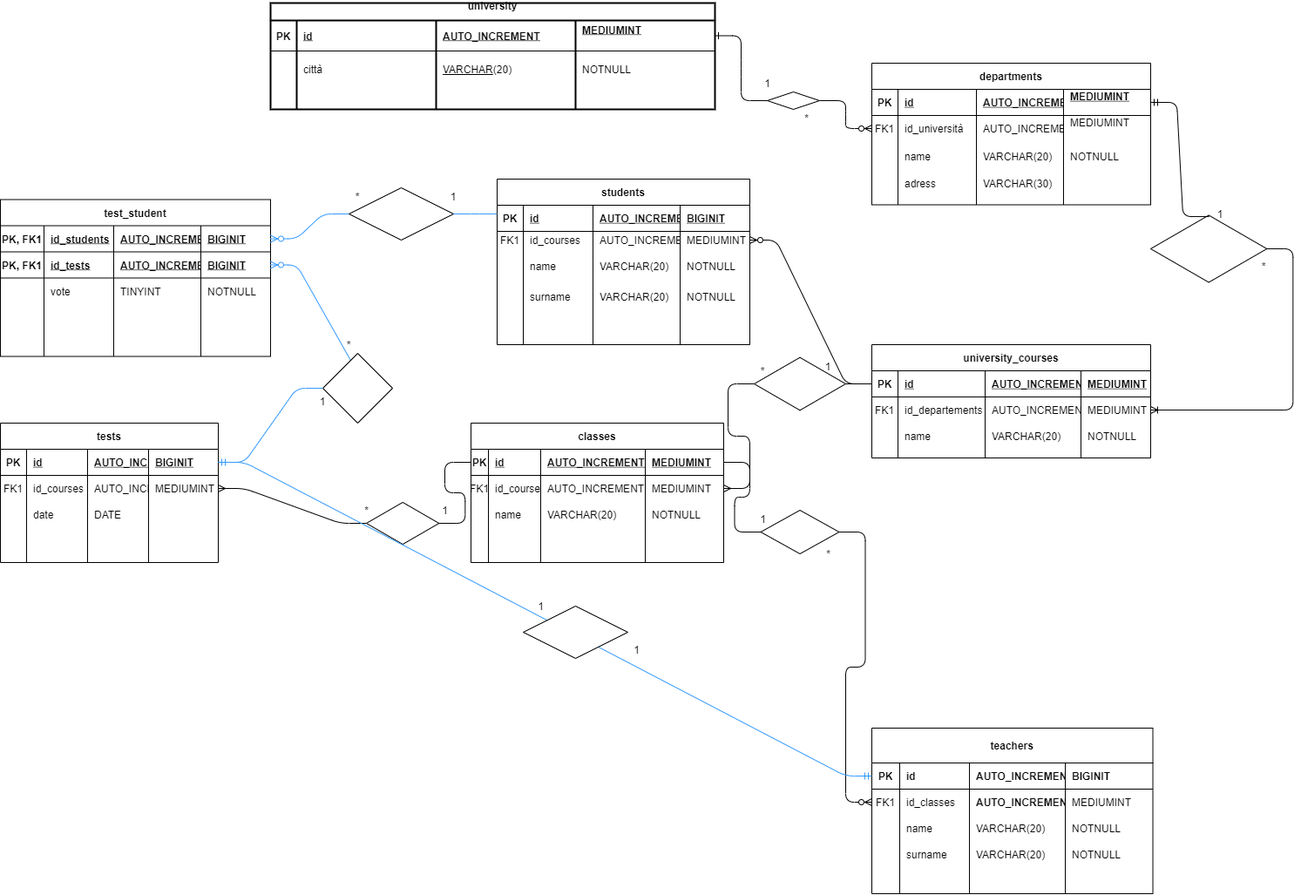
The draw.io diagram University.png in rekk88/db-university, before a commit. Source tidied: cells renumbered, new cells last; positions are measured from the earlier drawing's top-left corner, leaving out a move shared by most shapes.
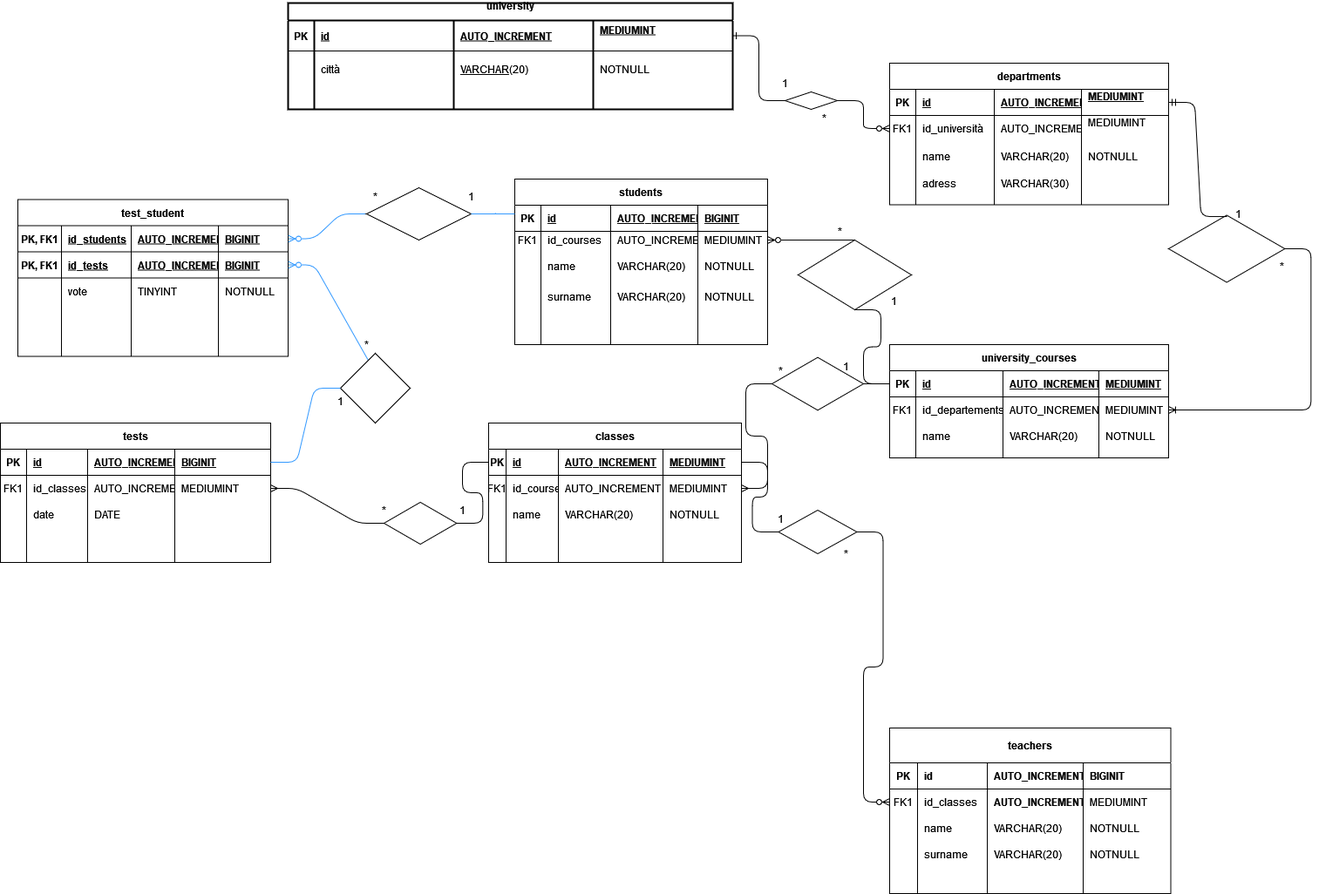
Above is the later version.

Change to the diagram source:
```diff
@@ -339,10 +339,10 @@
       <mxGeometry x="865" y="582" width="20" height="20" as="geometry" />
     </mxCell>
     <mxCell id="114" value="tests" style="shape=table;startSize=30;rowLines=0;fontStyle=1;align=center;" parent="1" vertex="1">
-      <mxGeometry y="482" width="250" height="160" as="geometry" />
+      <mxGeometry x="-20" y="482" width="310" height="160" as="geometry" />
     </mxCell>
     <mxCell id="115" style="shape=partialRectangle;fillColor=none;top=0;left=0;bottom=1;right=0;points=[[0,0.5],[1,0.5]];portConstraint=eastwest;" parent="114" vertex="1">
-      <mxGeometry y="30" width="250" height="30" as="geometry" />
+      <mxGeometry y="30" width="310" height="30" as="geometry" />
     </mxCell>
     <mxCell id="116" value="PK" style="shape=partialRectangle;fillColor=none;top=0;left=0;bottom=0;right=0;fontStyle=1;overflow=hidden;" parent="115" vertex="1">
       <mxGeometry width="30" height="30" as="geometry" />
@@ -351,28 +351,28 @@
       <mxGeometry x="30" width="70" height="30" as="geometry" />
     </mxCell>
     <mxCell id="118" value="AUTO_INCREMENT" style="shape=partialRectangle;fillColor=none;top=0;left=0;bottom=0;right=0;align=left;spacingLeft=6;fontStyle=5;overflow=hidden;" parent="115" vertex="1">
-      <mxGeometry x="100" width="70" height="30" as="geometry" />
+      <mxGeometry x="100" width="100" height="30" as="geometry" />
     </mxCell>
     <mxCell id="119" value="BIGINIT" style="shape=partialRectangle;fillColor=none;top=0;left=0;bottom=0;right=0;align=left;spacingLeft=6;fontStyle=5;overflow=hidden;" parent="115" vertex="1">
-      <mxGeometry x="170" width="80" height="30" as="geometry" />
+      <mxGeometry x="200" width="110" height="30" as="geometry" />
     </mxCell>
     <mxCell id="120" style="shape=partialRectangle;fillColor=none;top=0;left=0;bottom=0;right=0;points=[[0,0.5],[1,0.5]];portConstraint=eastwest;" parent="114" vertex="1">
-      <mxGeometry y="60" width="250" height="30" as="geometry" />
+      <mxGeometry y="60" width="310" height="30" as="geometry" />
     </mxCell>
     <mxCell id="121" value="FK1" style="shape=partialRectangle;fillColor=none;top=0;left=0;bottom=0;right=0;overflow=hidden;" parent="120" vertex="1">
       <mxGeometry width="30" height="30" as="geometry" />
     </mxCell>
-    <mxCell id="122" value="id_courses" style="shape=partialRectangle;fillColor=none;top=0;left=0;bottom=0;right=0;align=left;spacingLeft=6;overflow=hidden;" parent="120" vertex="1">
+    <mxCell id="122" value="id_classes" style="shape=partialRectangle;fillColor=none;top=0;left=0;bottom=0;right=0;align=left;spacingLeft=6;overflow=hidden;" parent="120" vertex="1">
       <mxGeometry x="30" width="70" height="30" as="geometry" />
     </mxCell>
     <mxCell id="123" value="AUTO_INCREMENT" style="shape=partialRectangle;fillColor=none;top=0;left=0;bottom=0;right=0;align=left;spacingLeft=6;overflow=hidden;" parent="120" vertex="1">
-      <mxGeometry x="100" width="70" height="30" as="geometry" />
+      <mxGeometry x="100" width="100" height="30" as="geometry" />
     </mxCell>
     <mxCell id="124" value="MEDIUMINT" style="shape=partialRectangle;fillColor=none;top=0;left=0;bottom=0;right=0;align=left;spacingLeft=6;overflow=hidden;" parent="120" vertex="1">
-      <mxGeometry x="170" width="80" height="30" as="geometry" />
+      <mxGeometry x="200" width="110" height="30" as="geometry" />
     </mxCell>
     <mxCell id="125" style="shape=partialRectangle;fillColor=none;top=0;left=0;bottom=0;right=0;" parent="114" vertex="1">
-      <mxGeometry y="90" width="250" height="30" as="geometry" />
+      <mxGeometry y="90" width="310" height="30" as="geometry" />
     </mxCell>
     <mxCell id="126" style="shape=partialRectangle;fillColor=none;top=0;left=0;bottom=0;right=0;overflow=hidden;" parent="125" vertex="1">
       <mxGeometry width="30" height="30" as="geometry" />
@@ -381,13 +381,13 @@
       <mxGeometry x="30" width="70" height="30" as="geometry" />
     </mxCell>
     <mxCell id="128" value="DATE" style="shape=partialRectangle;fillColor=none;top=0;left=0;bottom=0;right=0;align=left;spacingLeft=6;overflow=hidden;" parent="125" vertex="1">
-      <mxGeometry x="100" width="70" height="30" as="geometry" />
+      <mxGeometry x="100" width="100" height="30" as="geometry" />
     </mxCell>
     <mxCell id="129" style="shape=partialRectangle;fillColor=none;top=0;left=0;bottom=0;right=0;align=left;spacingLeft=6;overflow=hidden;" parent="125" vertex="1">
-      <mxGeometry x="170" width="80" height="30" as="geometry" />
+      <mxGeometry x="200" width="110" height="30" as="geometry" />
     </mxCell>
     <mxCell id="130" style="shape=partialRectangle;fillColor=none;top=0;left=0;bottom=0;right=0;" parent="114" vertex="1">
-      <mxGeometry y="120" width="250" height="30" as="geometry" />
+      <mxGeometry y="120" width="310" height="30" as="geometry" />
     </mxCell>
     <mxCell id="131" style="shape=partialRectangle;fillColor=none;top=0;left=0;bottom=0;right=0;overflow=hidden;" parent="130" vertex="1">
       <mxGeometry width="30" height="30" as="geometry" />
@@ -396,10 +396,10 @@
       <mxGeometry x="30" width="70" height="30" as="geometry" />
     </mxCell>
     <mxCell id="133" style="shape=partialRectangle;fillColor=none;top=0;left=0;bottom=0;right=0;align=left;spacingLeft=6;overflow=hidden;" parent="130" vertex="1">
-      <mxGeometry x="100" width="70" height="30" as="geometry" />
+      <mxGeometry x="100" width="100" height="30" as="geometry" />
     </mxCell>
     <mxCell id="134" style="shape=partialRectangle;fillColor=none;top=0;left=0;bottom=0;right=0;align=left;spacingLeft=6;overflow=hidden;" parent="130" vertex="1">
-      <mxGeometry x="170" width="80" height="30" as="geometry" />
+      <mxGeometry x="200" width="110" height="30" as="geometry" />
     </mxCell>
     <mxCell id="135" style="edgeStyle=entityRelationEdgeStyle;fontSize=12;html=1;endArrow=ERoneToMany;entryX=1;entryY=0.5;entryDx=0;entryDy=0;" parent="1" edge="1" source="112" target="30">
       <mxGeometry relative="1" as="geometry" />
@@ -422,9 +422,6 @@
     <mxCell id="141" style="edgeStyle=entityRelationEdgeStyle;fontSize=12;html=1;endArrow=none;entryX=1;entryY=0.5;entryDx=0;entryDy=0;exitX=0;exitY=0.5;exitDx=0;exitDy=0;" parent="1" edge="1" source="60" target="140">
       <mxGeometry relative="1" as="geometry" />
     </mxCell>
-    <mxCell id="142" style="edgeStyle=entityRelationEdgeStyle;fontSize=12;html=1;endArrow=ERmandOne;startArrow=ERmandOne;exitX=1;exitY=0.5;exitDx=0;exitDy=0;entryX=0;entryY=0.5;entryDx=0;entryDy=0;strokeColor=#3399FF;" parent="1" edge="1" source="115" target="81">
-      <mxGeometry relative="1" as="geometry" />
-    </mxCell>
     <mxCell id="143" value="students" style="shape=table;startSize=30;rowLines=0;fontStyle=1;align=center;" parent="1" vertex="1">
       <mxGeometry x="570" y="202" width="290" height="190" as="geometry" />
     </mxCell>
@@ -503,7 +500,7 @@
     <mxCell id="168" style="shape=partialRectangle;fillColor=none;top=0;left=0;bottom=0;right=0;align=left;spacingLeft=6;overflow=hidden;" parent="164" vertex="1">
       <mxGeometry x="210" width="80" height="30" as="geometry" />
     </mxCell>
-    <mxCell id="169" style="edgeStyle=entityRelationEdgeStyle;fontSize=12;html=1;endArrow=ERzeroToMany;endFill=1;entryX=1;entryY=0.5;entryDx=0;entryDy=0;exitX=0;exitY=0.5;exitDx=0;exitDy=0;" parent="1" edge="1" source="25" target="149">
+    <mxCell id="169" style="edgeStyle=entityRelationEdgeStyle;fontSize=12;html=1;endArrow=ERzeroToMany;endFill=1;entryX=1;entryY=0.5;entryDx=0;entryDy=0;exitX=0.5;exitY=0;exitDx=0;exitDy=0;startArrow=none;" parent="1" edge="1" source="211" target="149">
       <mxGeometry relative="1" as="geometry" />
     </mxCell>
     <mxCell id="170" value="test_student" style="shape=table;startSize=30;rowLines=0;fontStyle=1;align=center;" parent="1" vertex="1">
@@ -596,15 +593,6 @@
     <mxCell id="199" value="*" style="text;html=1;align=center;verticalAlign=middle;strokeColor=none;" parent="1" vertex="1">
       <mxGeometry x="410" y="572" width="20" height="20" as="geometry" />
     </mxCell>
-    <mxCell id="200" style="shape=rhombus;perimeter=rhombusPerimeter;whiteSpace=wrap;html=1;align=center;" parent="1" vertex="1">
-      <mxGeometry x="600" y="692" width="120" height="60" as="geometry" />
-    </mxCell>
-    <mxCell id="201" value="1" style="text;html=1;align=center;verticalAlign=middle;strokeColor=none;" parent="1" vertex="1">
-      <mxGeometry x="610" y="682" width="20" height="20" as="geometry" />
-    </mxCell>
-    <mxCell id="202" value="1" style="text;html=1;align=center;verticalAlign=middle;strokeColor=none;" parent="1" vertex="1">
-      <mxGeometry x="720" y="732" width="20" height="20" as="geometry" />
-    </mxCell>
     <mxCell id="203" style="shape=rhombus;perimeter=rhombusPerimeter;whiteSpace=wrap;html=1;align=center;" parent="1" vertex="1">
       <mxGeometry x="400" y="212" width="120" height="60" as="geometry" />
     </mxCell>
@@ -629,5 +617,17 @@
     <mxCell id="210" value="1" style="text;html=1;strokeColor=none;fillColor=none;align=center;verticalAlign=middle;whiteSpace=wrap;rounded=0;" parent="1" vertex="1">
       <mxGeometry x="350" y="447" width="40" height="20" as="geometry" />
     </mxCell>
+    <mxCell id="211" style="rhombus;whiteSpace=wrap;html=1;" parent="1" vertex="1">
+      <mxGeometry x="895" y="272" width="130" height="80" as="geometry" />
+    </mxCell>
+    <mxCell id="212" style="edgeStyle=entityRelationEdgeStyle;fontSize=12;html=1;endArrow=none;endFill=1;entryX=0.5;entryY=1;entryDx=0;entryDy=0;exitX=0;exitY=0.5;exitDx=0;exitDy=0;" parent="1" edge="1" source="25" target="211">
+      <mxGeometry relative="1" as="geometry" />
+    </mxCell>
+    <mxCell id="213" value="*" style="text;html=1;strokeColor=none;fillColor=none;align=center;verticalAlign=middle;whiteSpace=wrap;rounded=0;" parent="1" vertex="1">
+      <mxGeometry x="922.5" y="252" width="40" height="20" as="geometry" />
+    </mxCell>
+    <mxCell id="214" value="1" style="text;html=1;strokeColor=none;fillColor=none;align=center;verticalAlign=middle;whiteSpace=wrap;rounded=0;" parent="1" vertex="1">
+      <mxGeometry x="985" y="332" width="40" height="20" as="geometry" />
+    </mxCell>
   </root>
 </mxGraphModel>
```
